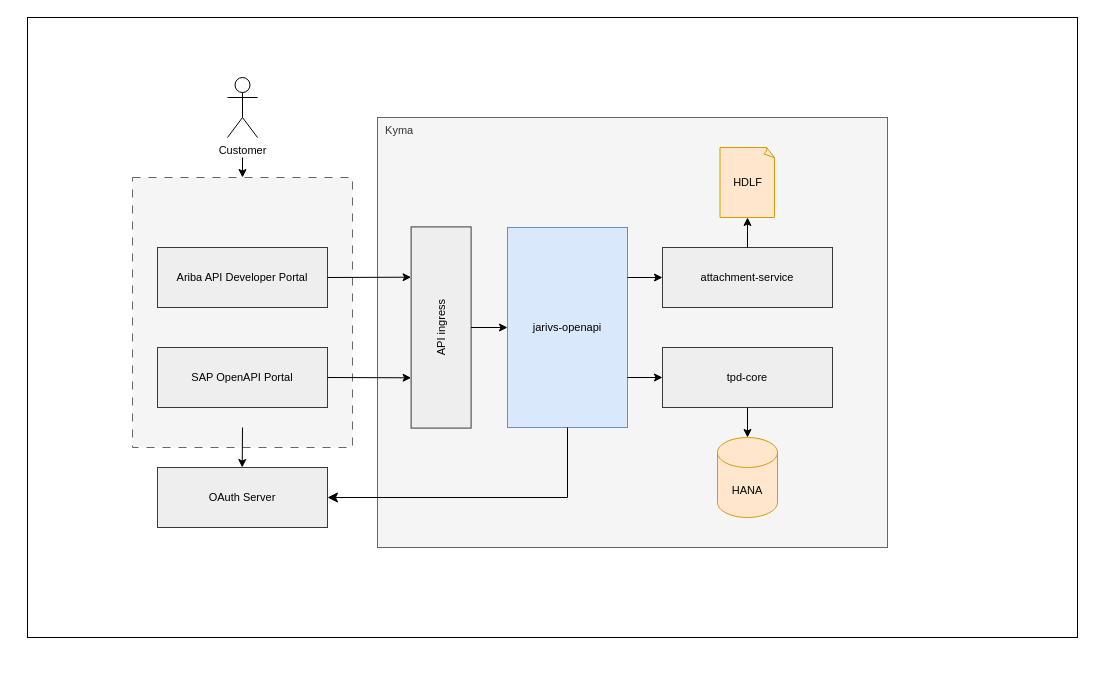
This is page "Page-1" (1 of 2) of certification-ng.drawio from huangshijie/Drawio, a draw.io file, before an edit. Source tidied: cells renumbered, new cells numbered last; positions are measured from the earlier drawing's top-left corner, leaving out a move shared by most shapes. Both pictures are drawn from the tidied source at 100%, with x=0, y=0 at pixel (27, 17).
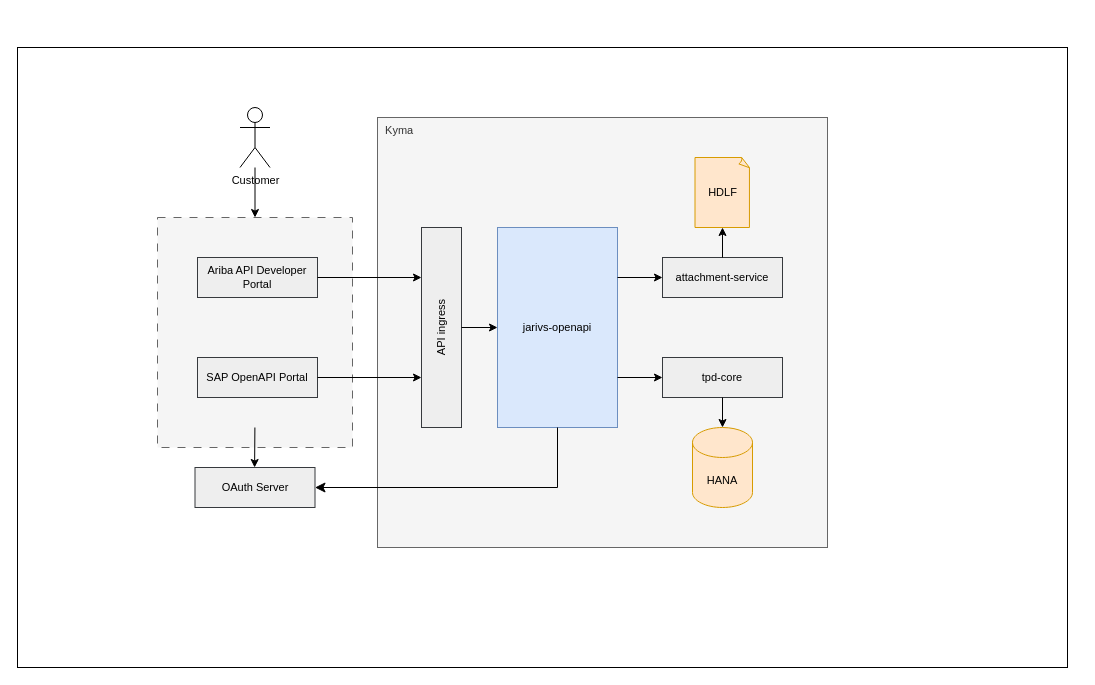
After the change.

Diff of the diagram source:
```diff
@@
     <mxCell id="2" style="rounded=0;whiteSpace=wrap;html=1;fontSize=11;" parent="1" vertex="1">
-      <mxGeometry width="1050" height="620" as="geometry" />
+      <mxGeometry x="-10" y="30" width="1050" height="620" as="geometry" />
     </mxCell>
     <mxCell id="3" style="rounded=0;whiteSpace=wrap;html=1;fillColor=#f5f5f5;fontColor=#333333;strokeColor=#666666;dashed=1;dashPattern=8 8;fontSize=11;" parent="1" vertex="1">
-      <mxGeometry x="105" y="160" width="220" height="270" as="geometry" />
+      <mxGeometry x="130" y="200" width="195" height="230" as="geometry" />
     </mxCell>
     <mxCell id="4" value="&amp;nbsp; Kyma" style="rounded=0;whiteSpace=wrap;html=1;fillColor=#f5f5f5;fontColor=#333333;strokeColor=#666666;align=left;verticalAlign=top;fontSize=11;" parent="1" vertex="1">
-      <mxGeometry x="350" y="100" width="510" height="430" as="geometry" />
+      <mxGeometry x="350" y="100" width="450" height="430" as="geometry" />
     </mxCell>
     <mxCell id="5" value="Ariba API Developer Portal" style="rounded=0;whiteSpace=wrap;html=1;fillColor=#eeeeee;strokeColor=#36393d;fontSize=11;" parent="1" vertex="1">
-      <mxGeometry x="130" y="230" width="170" height="60" as="geometry" />
+      <mxGeometry x="170" y="240" width="120" height="40" as="geometry" />
     </mxCell>
     <mxCell id="6" value="API ingress" style="rounded=0;whiteSpace=wrap;html=1;fillColor=#eeeeee;strokeColor=#36393d;rotation=-90;fontSize=11;" parent="1" vertex="1">
-      <mxGeometry x="313" y="280" width="201.2" height="60" as="geometry" />
+      <mxGeometry x="314" y="290" width="200" height="40" as="geometry" />
     </mxCell>
     <mxCell id="7" value="tpd-core" style="rounded=0;whiteSpace=wrap;html=1;fillColor=#eeeeee;strokeColor=#36393d;fontSize=11;" parent="1" vertex="1">
-      <mxGeometry x="635" y="330" width="170" height="60" as="geometry" />
+      <mxGeometry x="635" y="340" width="120" height="40" as="geometry" />
     </mxCell>
     <mxCell id="8" value="HANA" style="shape=cylinder3;whiteSpace=wrap;html=1;boundedLbl=1;backgroundOutline=1;size=15;fillColor=#ffe6cc;strokeColor=#d79b00;fontSize=11;" parent="1" vertex="1">
-      <mxGeometry x="690" y="420" width="60" height="80" as="geometry" />
+      <mxGeometry x="665" y="410" width="60" height="80" as="geometry" />
     </mxCell>
     <mxCell id="9" value="Customer" style="shape=umlActor;verticalLabelPosition=bottom;verticalAlign=top;html=1;outlineConnect=0;fontSize=11;" parent="1" vertex="1">
-      <mxGeometry x="200" y="60" width="30" height="60" as="geometry" />
+      <mxGeometry x="212.5" y="90" width="30" height="60" as="geometry" />
     </mxCell>
     <mxCell id="10" value="SAP OpenAPI Portal" style="rounded=0;whiteSpace=wrap;html=1;fillColor=#eeeeee;strokeColor=#36393d;fontSize=11;" parent="1" vertex="1">
-      <mxGeometry x="130" y="330" width="170" height="60" as="geometry" />
+      <mxGeometry x="170" y="340" width="120" height="40" as="geometry" />
     </mxCell>
     <mxCell id="11" value="attachment-service" style="rounded=0;whiteSpace=wrap;html=1;fillColor=#eeeeee;strokeColor=#36393d;fontSize=11;" parent="1" vertex="1">
-      <mxGeometry x="635" y="230" width="170" height="60" as="geometry" />
+      <mxGeometry x="635" y="240" width="120" height="40" as="geometry" />
     </mxCell>
     <mxCell id="12" value="jarivs-openapi" style="rounded=0;whiteSpace=wrap;html=1;fillColor=#dae8fc;strokeColor=#6c8ebf;rotation=0;fontSize=11;" parent="1" vertex="1">
-      <mxGeometry x="480" y="210" width="120" height="200" as="geometry" />
+      <mxGeometry x="470" y="210" width="120" height="200" as="geometry" />
     </mxCell>
     <mxCell id="13" value="HDLF" style="whiteSpace=wrap;html=1;shape=mxgraph.basic.document;fillColor=#ffe6cc;strokeColor=#d79b00;fontSize=11;" parent="1" vertex="1">
-      <mxGeometry x="692.5" y="130" width="55" height="70" as="geometry" />
+      <mxGeometry x="667.5" y="140" width="55" height="70" as="geometry" />
     </mxCell>
@@
-    <mxCell id="19" style="endArrow=classic;html=1;rounded=0;entryX=0.5;entryY=0;entryDx=0;entryDy=0;fontSize=11;" parent="1" edge="1" target="3">
-      <mxGeometry relative="1" as="geometry">
-        <mxPoint x="215" y="140" as="sourcePoint" />
-      </mxGeometry>
+    <mxCell id="19" style="endArrow=classic;html=1;rounded=0;entryX=0.5;entryY=0;entryDx=0;entryDy=0;fontSize=11;" parent="1" edge="1" source="9" target="3">
+      <mxGeometry relative="1" as="geometry" />
     </mxCell>
     <mxCell id="20" value="OAuth Server" style="rounded=0;whiteSpace=wrap;html=1;fillColor=#eeeeee;strokeColor=#36393d;fontSize=11;" parent="1" vertex="1">
-      <mxGeometry x="130" y="450" width="170" height="60" as="geometry" />
+      <mxGeometry x="167.5" y="450" width="120" height="40" as="geometry" />
     </mxCell>
     <mxCell id="21" style="edgeStyle=segmentEdgeStyle;endArrow=classic;html=1;curved=0;rounded=0;endSize=8;startSize=8;exitX=0.5;exitY=1;exitDx=0;exitDy=0;entryX=1;entryY=0.5;entryDx=0;entryDy=0;fontSize=11;" parent="1" edge="1" source="12" target="20">
       <mxGeometry relative="1" as="geometry">
         <Array as="points">
-          <mxPoint x="540" y="480" />
+          <mxPoint x="530" y="470" />
         </Array>
       </mxGeometry>
     </mxCell>
     <mxCell id="22" style="endArrow=classic;html=1;rounded=0;fontSize=11;" parent="1" edge="1">
       <mxGeometry relative="1" as="geometry">
-        <mxPoint x="215" y="410" as="sourcePoint" />
-        <mxPoint x="214.7" y="450" as="targetPoint" />
+        <mxPoint x="227.4" y="410" as="sourcePoint" />
+        <mxPoint x="227.1" y="450" as="targetPoint" />
       </mxGeometry>
     </mxCell>
```
